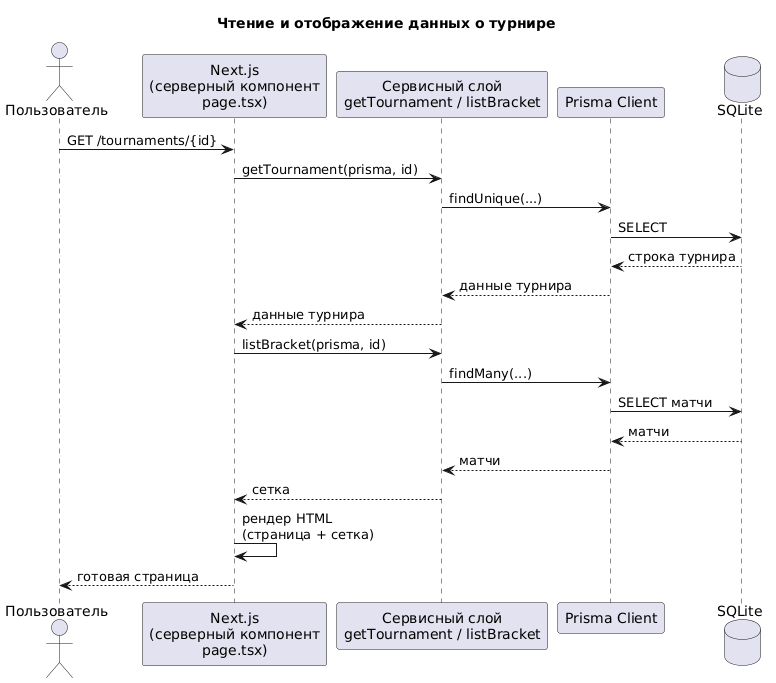
This is docs/diagrams/04.png from memekas/diplom, a PlantUML export, as it was before one commit. Its diagram source:
```plantuml
@startuml
title Чтение и отображение данных о турнире

actor "Пользователь" as User
participant "Next.js\n(серверный компонент\npage.tsx)" as RSC
participant "Сервисный слой\ngetTournament / listBracket" as Svc
participant "Prisma Client" as Prisma
database "SQLite" as DB

User -> RSC : GET /tournaments/{id}

RSC -> Svc : getTournament(prisma, id)
Svc -> Prisma : findUnique(...)
Prisma -> DB : SELECT
DB --> Prisma : строка турнира
Prisma --> Svc : данные турнира
Svc --> RSC : данные турнира

RSC -> Svc : listBracket(prisma, id)
Svc -> Prisma : findMany(...)
Prisma -> DB : SELECT матчи
DB --> Prisma : матчи
Prisma --> Svc : матчи
Svc --> RSC : сетка

RSC -> RSC : рендер HTML\n(страница + сетка)
RSC --> User : готовая страница
@enduml
```
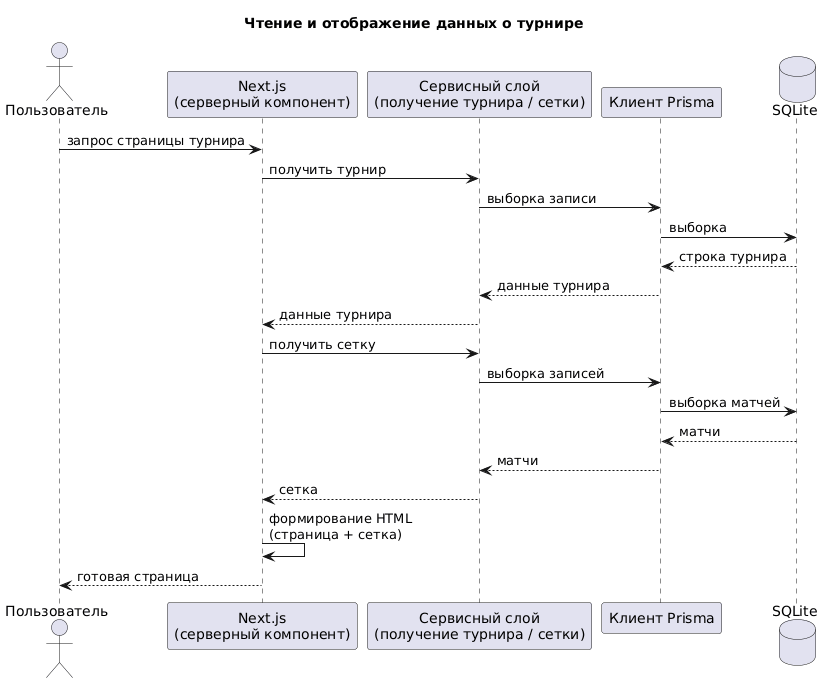
After the commit.

What changed in the source:
```diff
@@ -2,27 +2,27 @@
 title Чтение и отображение данных о турнире
 
 actor "Пользователь" as User
-participant "Next.js\n(серверный компонент\npage.tsx)" as RSC
-participant "Сервисный слой\ngetTournament / listBracket" as Svc
-participant "Prisma Client" as Prisma
+participant "Next.js\n(серверный компонент)" as RSC
+participant "Сервисный слой\n(получение турнира / сетки)" as Svc
+participant "Клиент Prisma" as Prisma
 database "SQLite" as DB
 
-User -> RSC : GET /tournaments/{id}
+User -> RSC : запрос страницы турнира
 
-RSC -> Svc : getTournament(prisma, id)
-Svc -> Prisma : findUnique(...)
-Prisma -> DB : SELECT
+RSC -> Svc : получить турнир
+Svc -> Prisma : выборка записи
+Prisma -> DB : выборка
 DB --> Prisma : строка турнира
 Prisma --> Svc : данные турнира
 Svc --> RSC : данные турнира
 
-RSC -> Svc : listBracket(prisma, id)
-Svc -> Prisma : findMany(...)
-Prisma -> DB : SELECT матчи
+RSC -> Svc : получить сетку
+Svc -> Prisma : выборка записей
+Prisma -> DB : выборка матчей
 DB --> Prisma : матчи
 Prisma --> Svc : матчи
 Svc --> RSC : сетка
 
-RSC -> RSC : рендер HTML\n(страница + сетка)
+RSC -> RSC : формирование HTML\n(страница + сетка)
 RSC --> User : готовая страница
 @enduml
```
